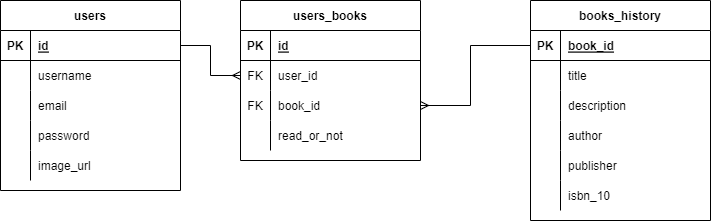
Rodrigosu1999/29-Capstone_1 keeps this draw.io diagram as Schema Design.png. Above is the earlier version. Source tidied: cells renumbered, new cells last; positions are measured from the earlier drawing's top-left corner, leaving out a move shared by most shapes. Its diagram source:
```xml
<mxGraphModel>
  <root>
    <mxCell id="0" />
    <mxCell id="1" parent="0" />
    <mxCell id="2" value="users" style="shape=table;startSize=30;rowLines=0;fontStyle=1;align=center;" parent="1" vertex="1">
      <mxGeometry width="180" height="190" as="geometry" />
    </mxCell>
    <mxCell id="3" style="shape=tableRow;horizontal=0;startSize=0;swimlaneHead=0;swimlaneBody=0;fillColor=none;points=[[0,0.5],[1,0.5]];portConstraint=eastwest;top=0;left=0;right=0;bottom=1;" parent="2" vertex="1">
      <mxGeometry y="30" width="180" height="30" as="geometry" />
    </mxCell>
    <mxCell id="4" value="PK" style="shape=partialRectangle;fillColor=none;top=0;left=0;bottom=0;right=0;fontStyle=1;overflow=hidden;" parent="3" vertex="1">
      <mxGeometry width="30" height="30" as="geometry" />
    </mxCell>
    <mxCell id="5" value="id" style="shape=partialRectangle;fillColor=none;top=0;left=0;bottom=0;right=0;align=left;spacingLeft=6;fontStyle=5;overflow=hidden;" parent="3" vertex="1">
      <mxGeometry x="30" width="150" height="30" as="geometry" />
    </mxCell>
    <mxCell id="6" style="shape=tableRow;horizontal=0;startSize=0;swimlaneHead=0;swimlaneBody=0;fillColor=none;top=0;left=0;right=0;bottom=0;" parent="2" vertex="1">
      <mxGeometry y="60" width="180" height="30" as="geometry" />
    </mxCell>
    <mxCell id="7" style="shape=partialRectangle;fillColor=none;top=0;left=0;bottom=0;right=0;overflow=hidden;" parent="6" vertex="1">
      <mxGeometry width="30" height="30" as="geometry" />
    </mxCell>
    <mxCell id="8" value="username" style="shape=partialRectangle;fillColor=none;top=0;left=0;bottom=0;right=0;align=left;spacingLeft=6;overflow=hidden;" parent="6" vertex="1">
      <mxGeometry x="30" width="150" height="30" as="geometry" />
    </mxCell>
    <mxCell id="9" style="shape=tableRow;horizontal=0;startSize=0;swimlaneHead=0;swimlaneBody=0;fillColor=none;top=0;left=0;right=0;bottom=0;" parent="2" vertex="1">
      <mxGeometry y="90" width="180" height="30" as="geometry" />
    </mxCell>
    <mxCell id="10" style="shape=partialRectangle;fillColor=none;top=0;left=0;bottom=0;right=0;overflow=hidden;" parent="9" vertex="1">
      <mxGeometry width="30" height="30" as="geometry" />
    </mxCell>
    <mxCell id="11" value="email" style="shape=partialRectangle;fillColor=none;top=0;left=0;bottom=0;right=0;align=left;spacingLeft=6;overflow=hidden;" parent="9" vertex="1">
      <mxGeometry x="30" width="150" height="30" as="geometry" />
    </mxCell>
    <mxCell id="12" style="shape=tableRow;horizontal=0;startSize=0;swimlaneHead=0;swimlaneBody=0;fillColor=none;top=0;left=0;right=0;bottom=0;" parent="2" vertex="1">
      <mxGeometry y="120" width="180" height="30" as="geometry" />
    </mxCell>
    <mxCell id="13" style="shape=partialRectangle;fillColor=none;top=0;left=0;bottom=0;right=0;overflow=hidden;" parent="12" vertex="1">
      <mxGeometry width="30" height="30" as="geometry" />
    </mxCell>
    <mxCell id="14" value="password" style="shape=partialRectangle;fillColor=none;top=0;left=0;bottom=0;right=0;align=left;spacingLeft=6;overflow=hidden;" parent="12" vertex="1">
      <mxGeometry x="30" width="150" height="30" as="geometry" />
    </mxCell>
    <mxCell id="15" style="shape=tableRow;horizontal=0;startSize=0;swimlaneHead=0;swimlaneBody=0;fillColor=none;top=0;left=0;right=0;bottom=0;" parent="2" vertex="1">
      <mxGeometry y="150" width="180" height="30" as="geometry" />
    </mxCell>
    <mxCell id="16" style="shape=partialRectangle;fillColor=none;top=0;left=0;bottom=0;right=0;overflow=hidden;" parent="15" vertex="1">
      <mxGeometry width="30" height="30" as="geometry" />
    </mxCell>
    <mxCell id="17" value="image_url" style="shape=partialRectangle;fillColor=none;top=0;left=0;bottom=0;right=0;align=left;spacingLeft=6;overflow=hidden;" parent="15" vertex="1">
      <mxGeometry x="30" width="150" height="30" as="geometry" />
    </mxCell>
    <mxCell id="18" value="books_history" style="shape=table;startSize=30;rowLines=0;fontStyle=1;align=center;" parent="1" vertex="1">
      <mxGeometry x="530" width="180" height="220" as="geometry" />
    </mxCell>
    <mxCell id="19" style="shape=tableRow;horizontal=0;startSize=0;swimlaneHead=0;swimlaneBody=0;fillColor=none;points=[[0,0.5],[1,0.5]];portConstraint=eastwest;top=0;left=0;right=0;bottom=1;" parent="18" vertex="1">
      <mxGeometry y="30" width="180" height="30" as="geometry" />
    </mxCell>
    <mxCell id="20" value="PK" style="shape=partialRectangle;fillColor=none;top=0;left=0;bottom=0;right=0;fontStyle=1;overflow=hidden;" parent="19" vertex="1">
      <mxGeometry width="30" height="30" as="geometry" />
    </mxCell>
    <mxCell id="21" value="book_id" style="shape=partialRectangle;fillColor=none;top=0;left=0;bottom=0;right=0;align=left;spacingLeft=6;fontStyle=5;overflow=hidden;" parent="19" vertex="1">
      <mxGeometry x="30" width="150" height="30" as="geometry" />
    </mxCell>
    <mxCell id="22" style="shape=tableRow;horizontal=0;startSize=0;swimlaneHead=0;swimlaneBody=0;fillColor=none;top=0;left=0;right=0;bottom=0;" parent="18" vertex="1">
      <mxGeometry y="60" width="180" height="30" as="geometry" />
    </mxCell>
    <mxCell id="23" style="shape=partialRectangle;fillColor=none;top=0;left=0;bottom=0;right=0;overflow=hidden;" parent="22" vertex="1">
      <mxGeometry width="30" height="30" as="geometry" />
    </mxCell>
    <mxCell id="24" value="title" style="shape=partialRectangle;fillColor=none;top=0;left=0;bottom=0;right=0;align=left;spacingLeft=6;overflow=hidden;" parent="22" vertex="1">
      <mxGeometry x="30" width="150" height="30" as="geometry" />
    </mxCell>
    <mxCell id="25" style="shape=tableRow;horizontal=0;startSize=0;swimlaneHead=0;swimlaneBody=0;fillColor=none;top=0;left=0;right=0;bottom=0;" parent="18" vertex="1">
      <mxGeometry y="90" width="180" height="30" as="geometry" />
    </mxCell>
    <mxCell id="26" style="shape=partialRectangle;fillColor=none;top=0;left=0;bottom=0;right=0;overflow=hidden;" parent="25" vertex="1">
      <mxGeometry width="30" height="30" as="geometry" />
    </mxCell>
    <mxCell id="27" value="description" style="shape=partialRectangle;fillColor=none;top=0;left=0;bottom=0;right=0;align=left;spacingLeft=6;overflow=hidden;" parent="25" vertex="1">
      <mxGeometry x="30" width="150" height="30" as="geometry" />
    </mxCell>
    <mxCell id="28" style="shape=tableRow;horizontal=0;startSize=0;swimlaneHead=0;swimlaneBody=0;fillColor=none;top=0;left=0;right=0;bottom=0;" parent="18" vertex="1">
      <mxGeometry y="120" width="180" height="30" as="geometry" />
    </mxCell>
    <mxCell id="29" style="shape=partialRectangle;fillColor=none;top=0;left=0;bottom=0;right=0;overflow=hidden;" parent="28" vertex="1">
      <mxGeometry width="30" height="30" as="geometry" />
    </mxCell>
    <mxCell id="30" value="author" style="shape=partialRectangle;fillColor=none;top=0;left=0;bottom=0;right=0;align=left;spacingLeft=6;overflow=hidden;" parent="28" vertex="1">
      <mxGeometry x="30" width="150" height="30" as="geometry" />
    </mxCell>
    <mxCell id="31" style="shape=tableRow;horizontal=0;startSize=0;swimlaneHead=0;swimlaneBody=0;fillColor=none;top=0;left=0;right=0;bottom=0;" parent="18" vertex="1">
      <mxGeometry y="150" width="180" height="30" as="geometry" />
    </mxCell>
    <mxCell id="32" style="shape=partialRectangle;fillColor=none;top=0;left=0;bottom=0;right=0;overflow=hidden;" parent="31" vertex="1">
      <mxGeometry width="30" height="30" as="geometry" />
    </mxCell>
    <mxCell id="33" value="publisher" style="shape=partialRectangle;fillColor=none;top=0;left=0;bottom=0;right=0;align=left;spacingLeft=6;overflow=hidden;" parent="31" vertex="1">
      <mxGeometry x="30" width="150" height="30" as="geometry" />
    </mxCell>
    <mxCell id="34" style="shape=tableRow;horizontal=0;startSize=0;swimlaneHead=0;swimlaneBody=0;fillColor=none;top=0;left=0;right=0;bottom=0;" parent="18" vertex="1">
      <mxGeometry y="180" width="180" height="30" as="geometry" />
    </mxCell>
    <mxCell id="35" style="shape=partialRectangle;fillColor=none;top=0;left=0;bottom=0;right=0;overflow=hidden;" parent="34" vertex="1">
      <mxGeometry width="30" height="30" as="geometry" />
    </mxCell>
    <mxCell id="36" value="isbn_10" style="shape=partialRectangle;fillColor=none;top=0;left=0;bottom=0;right=0;align=left;spacingLeft=6;overflow=hidden;" parent="34" vertex="1">
      <mxGeometry x="30" width="150" height="30" as="geometry" />
    </mxCell>
    <mxCell id="37" style="edgeStyle=orthogonalEdgeStyle;rounded=0;jettySize=auto;html=1;exitX=1;exitY=0.5;exitDx=0;exitDy=0;endArrow=ERmany;endFill=0;" parent="1" edge="1" source="3" target="43">
      <mxGeometry relative="1" as="geometry" />
    </mxCell>
    <mxCell id="38" style="edgeStyle=orthogonalEdgeStyle;rounded=0;jettySize=auto;html=1;exitX=0;exitY=0.5;exitDx=0;exitDy=0;endArrow=ERmany;endFill=0;entryX=1;entryY=0.5;entryDx=0;entryDy=0;" parent="1" edge="1" source="19" target="46">
      <mxGeometry relative="1" as="geometry">
        <Array as="points">
          <mxPoint x="470" y="45" />
          <mxPoint x="470" y="105" />
        </Array>
      </mxGeometry>
    </mxCell>
    <mxCell id="39" value="users_books" style="shape=table;startSize=30;rowLines=0;fontStyle=1;align=center;" parent="1" vertex="1">
      <mxGeometry x="240" width="180" height="160" as="geometry" />
    </mxCell>
    <mxCell id="40" style="shape=tableRow;horizontal=0;startSize=0;swimlaneHead=0;swimlaneBody=0;fillColor=none;top=0;left=0;right=0;bottom=1;" parent="39" vertex="1">
      <mxGeometry y="30" width="180" height="30" as="geometry" />
    </mxCell>
    <mxCell id="41" value="PK" style="shape=partialRectangle;fillColor=none;top=0;left=0;bottom=0;right=0;fontStyle=1;overflow=hidden;" parent="40" vertex="1">
      <mxGeometry width="30" height="30" as="geometry" />
    </mxCell>
    <mxCell id="42" value="id" style="shape=partialRectangle;fillColor=none;top=0;left=0;bottom=0;right=0;align=left;spacingLeft=6;fontStyle=5;overflow=hidden;" parent="40" vertex="1">
      <mxGeometry x="30" width="150" height="30" as="geometry" />
    </mxCell>
    <mxCell id="43" style="shape=tableRow;horizontal=0;startSize=0;swimlaneHead=0;swimlaneBody=0;fillColor=none;points=[[0,0.5],[1,0.5]];portConstraint=eastwest;top=0;left=0;right=0;bottom=0;" parent="39" vertex="1">
      <mxGeometry y="60" width="180" height="30" as="geometry" />
    </mxCell>
    <mxCell id="44" value="FK" style="shape=partialRectangle;fillColor=none;top=0;left=0;bottom=0;right=0;overflow=hidden;" parent="43" vertex="1">
      <mxGeometry width="30" height="30" as="geometry" />
    </mxCell>
    <mxCell id="45" value="user_id" style="shape=partialRectangle;fillColor=none;top=0;left=0;bottom=0;right=0;align=left;spacingLeft=6;overflow=hidden;" parent="43" vertex="1">
      <mxGeometry x="30" width="150" height="30" as="geometry" />
    </mxCell>
    <mxCell id="46" style="shape=tableRow;horizontal=0;startSize=0;swimlaneHead=0;swimlaneBody=0;fillColor=none;points=[[0,0.5],[1,0.5]];portConstraint=eastwest;top=0;left=0;right=0;bottom=0;" parent="39" vertex="1">
      <mxGeometry y="90" width="180" height="30" as="geometry" />
    </mxCell>
    <mxCell id="47" value="FK" style="shape=partialRectangle;fillColor=none;top=0;left=0;bottom=0;right=0;overflow=hidden;" parent="46" vertex="1">
      <mxGeometry width="30" height="30" as="geometry" />
    </mxCell>
    <mxCell id="48" value="book_id" style="shape=partialRectangle;fillColor=none;top=0;left=0;bottom=0;right=0;align=left;spacingLeft=6;overflow=hidden;" parent="46" vertex="1">
      <mxGeometry x="30" width="150" height="30" as="geometry" />
    </mxCell>
    <mxCell id="49" style="shape=tableRow;horizontal=0;startSize=0;swimlaneHead=0;swimlaneBody=0;fillColor=none;top=0;left=0;right=0;bottom=0;" parent="39" vertex="1">
      <mxGeometry y="120" width="180" height="30" as="geometry" />
    </mxCell>
    <mxCell id="50" style="shape=partialRectangle;fillColor=none;top=0;left=0;bottom=0;right=0;overflow=hidden;" parent="49" vertex="1">
      <mxGeometry width="30" height="30" as="geometry" />
    </mxCell>
    <mxCell id="51" value="read_or_not" style="shape=partialRectangle;fillColor=none;top=0;left=0;bottom=0;right=0;align=left;spacingLeft=6;overflow=hidden;" parent="49" vertex="1">
      <mxGeometry x="30" width="150" height="30" as="geometry" />
    </mxCell>
  </root>
</mxGraphModel>
```
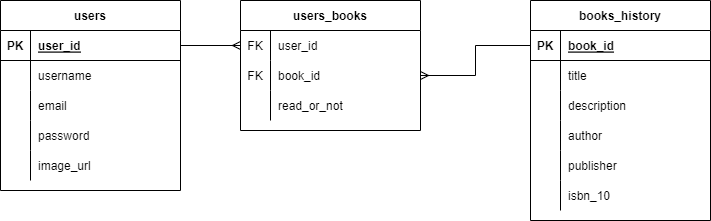
After the commit.

Commit message:
Removed UserBook 'id' from schema and changed isbn_10 to string

What changed in the source:
```diff
@@ -11,7 +11,7 @@
     <mxCell id="4" value="PK" style="shape=partialRectangle;fillColor=none;top=0;left=0;bottom=0;right=0;fontStyle=1;overflow=hidden;" parent="3" vertex="1">
       <mxGeometry width="30" height="30" as="geometry" />
     </mxCell>
-    <mxCell id="5" value="id" style="shape=partialRectangle;fillColor=none;top=0;left=0;bottom=0;right=0;align=left;spacingLeft=6;fontStyle=5;overflow=hidden;" parent="3" vertex="1">
+    <mxCell id="5" value="user_id" style="shape=partialRectangle;fillColor=none;top=0;left=0;bottom=0;right=0;align=left;spacingLeft=6;fontStyle=5;overflow=hidden;" parent="3" vertex="1">
       <mxGeometry x="30" width="150" height="30" as="geometry" />
     </mxCell>
     <mxCell id="6" style="shape=tableRow;horizontal=0;startSize=0;swimlaneHead=0;swimlaneBody=0;fillColor=none;top=0;left=0;right=0;bottom=0;" parent="2" vertex="1">
@@ -110,28 +110,11 @@
     <mxCell id="37" style="edgeStyle=orthogonalEdgeStyle;rounded=0;jettySize=auto;html=1;exitX=1;exitY=0.5;exitDx=0;exitDy=0;endArrow=ERmany;endFill=0;" parent="1" edge="1" source="3" target="43">
       <mxGeometry relative="1" as="geometry" />
     </mxCell>
-    <mxCell id="38" style="edgeStyle=orthogonalEdgeStyle;rounded=0;jettySize=auto;html=1;exitX=0;exitY=0.5;exitDx=0;exitDy=0;endArrow=ERmany;endFill=0;entryX=1;entryY=0.5;entryDx=0;entryDy=0;" parent="1" edge="1" source="19" target="46">
-      <mxGeometry relative="1" as="geometry">
-        <Array as="points">
-          <mxPoint x="470" y="45" />
-          <mxPoint x="470" y="105" />
-        </Array>
-      </mxGeometry>
-    </mxCell>
     <mxCell id="39" value="users_books" style="shape=table;startSize=30;rowLines=0;fontStyle=1;align=center;" parent="1" vertex="1">
-      <mxGeometry x="240" width="180" height="160" as="geometry" />
+      <mxGeometry x="240" width="180" height="130" as="geometry" />
     </mxCell>
-    <mxCell id="40" style="shape=tableRow;horizontal=0;startSize=0;swimlaneHead=0;swimlaneBody=0;fillColor=none;top=0;left=0;right=0;bottom=1;" parent="39" vertex="1">
-      <mxGeometry y="30" width="180" height="30" as="geometry" />
-    </mxCell>
-    <mxCell id="41" value="PK" style="shape=partialRectangle;fillColor=none;top=0;left=0;bottom=0;right=0;fontStyle=1;overflow=hidden;" parent="40" vertex="1">
-      <mxGeometry width="30" height="30" as="geometry" />
-    </mxCell>
-    <mxCell id="42" value="id" style="shape=partialRectangle;fillColor=none;top=0;left=0;bottom=0;right=0;align=left;spacingLeft=6;fontStyle=5;overflow=hidden;" parent="40" vertex="1">
-      <mxGeometry x="30" width="150" height="30" as="geometry" />
-    </mxCell>
     <mxCell id="43" style="shape=tableRow;horizontal=0;startSize=0;swimlaneHead=0;swimlaneBody=0;fillColor=none;points=[[0,0.5],[1,0.5]];portConstraint=eastwest;top=0;left=0;right=0;bottom=0;" parent="39" vertex="1">
-      <mxGeometry y="60" width="180" height="30" as="geometry" />
+      <mxGeometry y="30" width="180" height="30" as="geometry" />
     </mxCell>
     <mxCell id="44" value="FK" style="shape=partialRectangle;fillColor=none;top=0;left=0;bottom=0;right=0;overflow=hidden;" parent="43" vertex="1">
       <mxGeometry width="30" height="30" as="geometry" />
@@ -140,7 +123,7 @@
       <mxGeometry x="30" width="150" height="30" as="geometry" />
     </mxCell>
     <mxCell id="46" style="shape=tableRow;horizontal=0;startSize=0;swimlaneHead=0;swimlaneBody=0;fillColor=none;points=[[0,0.5],[1,0.5]];portConstraint=eastwest;top=0;left=0;right=0;bottom=0;" parent="39" vertex="1">
-      <mxGeometry y="90" width="180" height="30" as="geometry" />
+      <mxGeometry y="60" width="180" height="30" as="geometry" />
     </mxCell>
     <mxCell id="47" value="FK" style="shape=partialRectangle;fillColor=none;top=0;left=0;bottom=0;right=0;overflow=hidden;" parent="46" vertex="1">
       <mxGeometry width="30" height="30" as="geometry" />
@@ -149,7 +132,7 @@
       <mxGeometry x="30" width="150" height="30" as="geometry" />
     </mxCell>
     <mxCell id="49" style="shape=tableRow;horizontal=0;startSize=0;swimlaneHead=0;swimlaneBody=0;fillColor=none;top=0;left=0;right=0;bottom=0;" parent="39" vertex="1">
-      <mxGeometry y="120" width="180" height="30" as="geometry" />
+      <mxGeometry y="90" width="180" height="30" as="geometry" />
     </mxCell>
     <mxCell id="50" style="shape=partialRectangle;fillColor=none;top=0;left=0;bottom=0;right=0;overflow=hidden;" parent="49" vertex="1">
       <mxGeometry width="30" height="30" as="geometry" />
@@ -157,5 +140,8 @@
     <mxCell id="51" value="read_or_not" style="shape=partialRectangle;fillColor=none;top=0;left=0;bottom=0;right=0;align=left;spacingLeft=6;overflow=hidden;" parent="49" vertex="1">
       <mxGeometry x="30" width="150" height="30" as="geometry" />
     </mxCell>
+    <mxCell id="38" style="edgeStyle=orthogonalEdgeStyle;rounded=0;jettySize=auto;html=1;exitX=0;exitY=0.5;exitDx=0;exitDy=0;endArrow=ERmany;endFill=0;" parent="1" edge="1" source="19" target="46">
+      <mxGeometry relative="1" as="geometry" />
+    </mxCell>
   </root>
 </mxGraphModel>
```
